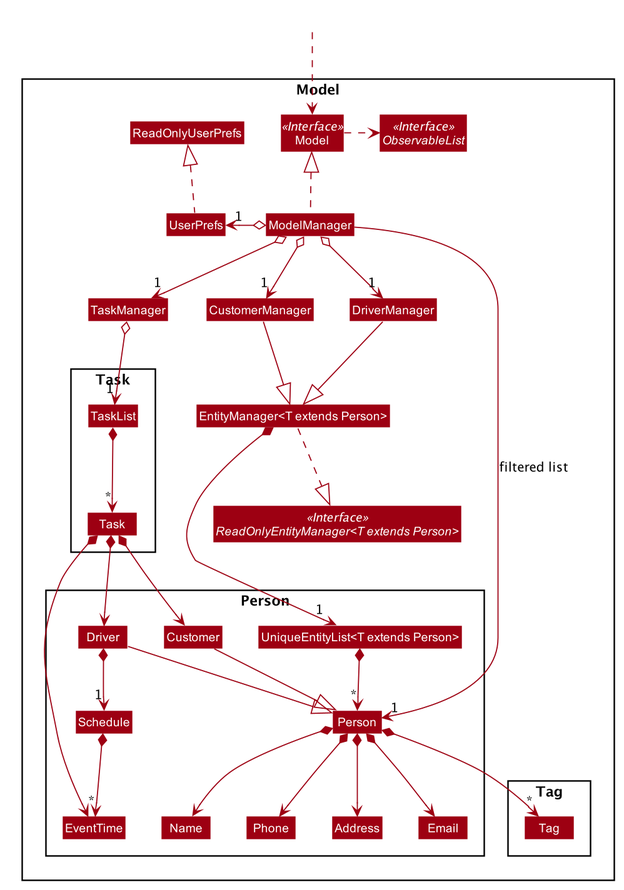
Above: docs/images/ModelClassDiagram.png in AY1920S1-CS2103-F14-4/main (PlantUML), before the change. Source of this version:
```plantuml
@startuml









skinparam BackgroundColor #FFFFFFF

skinparam Shadowing false

skinparam Class {
    FontColor #FFFFFF
    BorderThickness 1
    BorderColor #FFFFFF
    StereotypeFontColor #FFFFFF
    FontName Arial
}


skinparam Actor {
    BorderColor #000000
    Color #000000
    FontName Arial
}

skinparam Sequence {
    MessageAlign center
    BoxFontSize 15
    BoxPadding 0
    BoxFontColor #FFFFFF
    FontName Arial
}


skinparam Participant {
    FontColor #FFFFFFF
    Padding 20
}

skinparam MinClassWidth 50
skinparam ParticipantPadding 10
skinparam Shadowing false
skinparam DefaultTextAlignment center
skinparam packageStyle Rectangle

hide footbox
hide members
hide circle
skinparam arrowThickness 1.1
skinparam arrowColor #9D0012
skinparam classBackgroundColor #9D0012
skinparam genericDisplay old

Package Model <<Rectangle>>{
Interface Model <<Interface>>
Interface ObservableList <<Interface>>
Class EntityManager<T extends Person>
Interface ReadOnlyEntityManager<T extends Person><<Interface>>

Class Model
Class ModelManager
Class UserPrefs
Class ReadOnlyUserPrefs

Class CustomerManager
Class TaskManager
Class DriverManager

Package Task {
Class Task
Class TaskList

}

TaskList *--> "*" Task

Package Person {
Class Person
Class Driver
Class EventTime
Class Schedule
Class Customer
Class Address
Class Email
Class Name
Class Phone
Class UniqueEntityList<T extends Person>
}

Package Tag {
Class Tag
}
}
Class HiddenOutside #FFFFFF
HiddenOutside ..> Model

CustomerManager --|> EntityManager
DriverManager --|> EntityManager
TaskManager o--> "1" TaskList

ModelManager .up.|> Model
Model .right.> ObservableList
ModelManager o--> "1" CustomerManager
ModelManager o--> "1" DriverManager
ModelManager o--> "1" TaskManager

ModelManager o-left-> "1" UserPrefs
UserPrefs .up.|> ReadOnlyUserPrefs

Driver --|> Person
Customer --|> Person

Task *--> Customer
Task *--> Driver
Task *--> EventTime
Driver *--> "1" Schedule
Schedule *--> "*" EventTime

EntityManager *--> "1" UniqueEntityList
EntityManager ..|> ReadOnlyEntityManager
UniqueEntityList *--> "*" Person
Person *--> Name
Person *--> Phone
Person *--> Email
Person *--> Address
Person *--> "*" Tag

Name -[hidden]right-> Phone
Phone -[hidden]right-> Address
Address -[hidden]right-> Email

ModelManager -->"1" Person : filtered list
@enduml
```
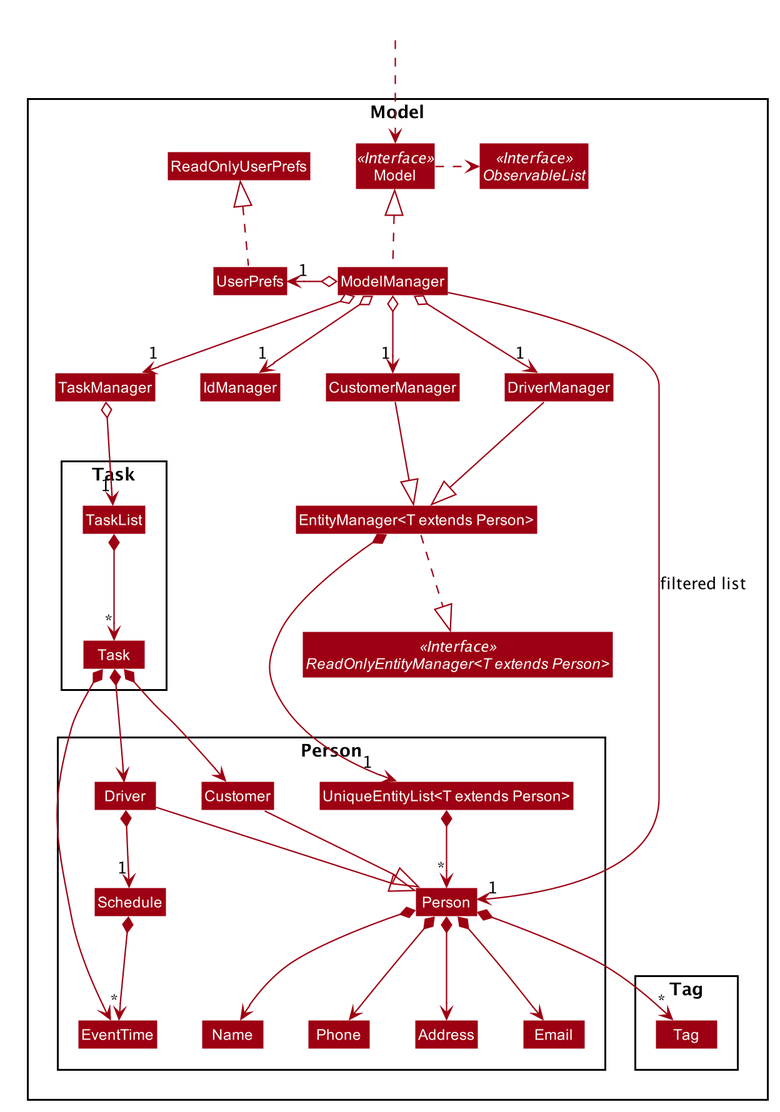
The same file after the commit.

What changed in the source:
```diff
@@ -67,6 +67,7 @@
 Class ReadOnlyUserPrefs
 
 Class CustomerManager
+Class IdManager
 Class TaskManager
 Class DriverManager
 
@@ -107,6 +108,7 @@
 ModelManager o--> "1" CustomerManager
 ModelManager o--> "1" DriverManager
 ModelManager o--> "1" TaskManager
+ModelManager o--> "1" IdManager
 
 ModelManager o-left-> "1" UserPrefs
 UserPrefs .up.|> ReadOnlyUserPrefs
```
